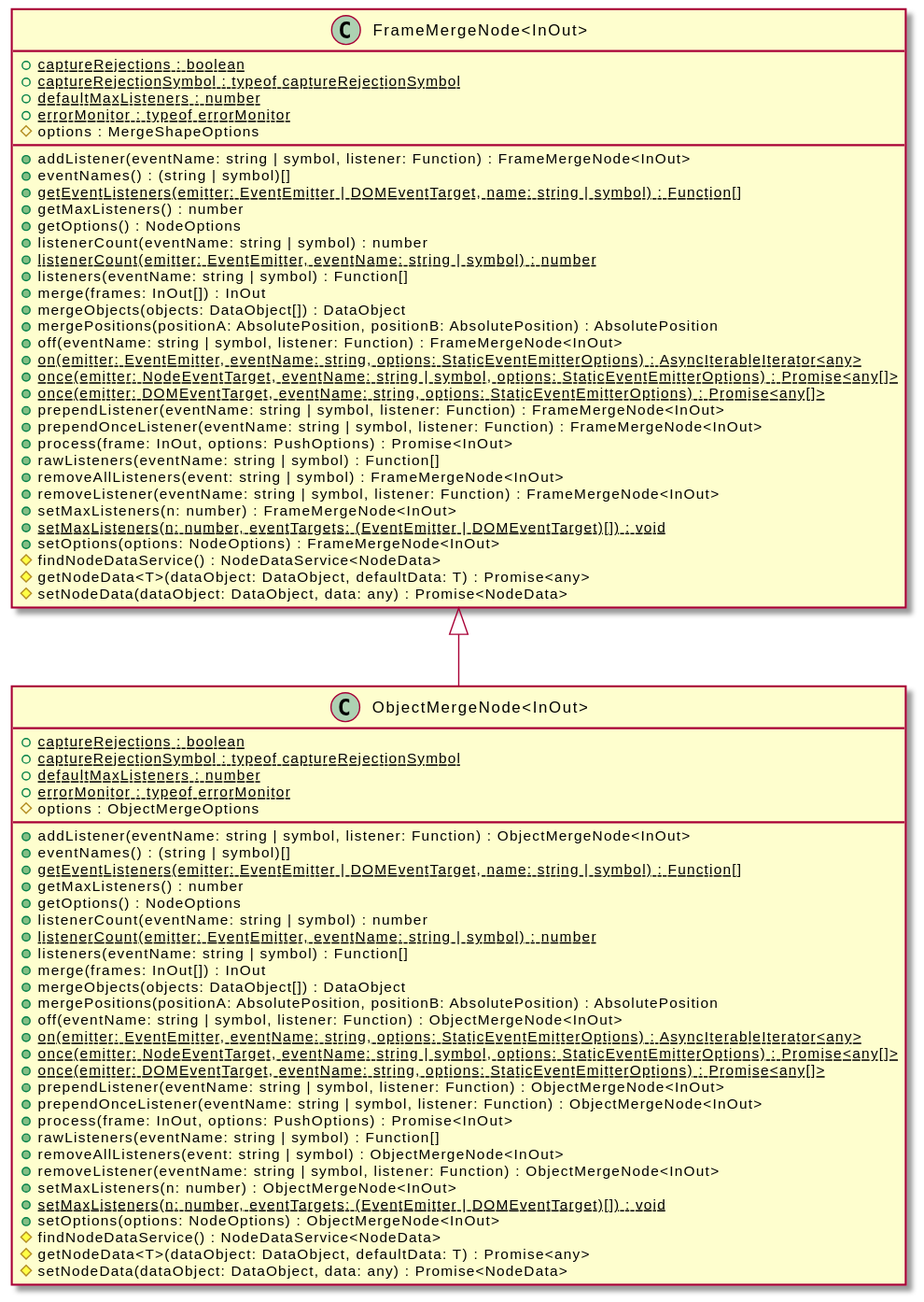
Earlier version of the PlantUML export assets/ObjectMergeNode-umlClassDiagram-10820.svg (OpenHPS/openhps-core).
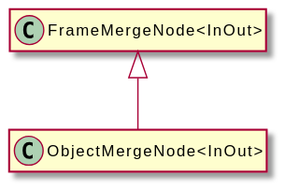
Above is the later version.

The edit, as a diff of the source:
```diff
@@ -3,72 +3,8 @@
 hide empty methods
 hide empty fields
 class "ObjectMergeNode<InOut>" {
-    {static} +captureRejections : boolean
-    {static} +captureRejectionSymbol : typeof captureRejectionSymbol
-    {static} +defaultMaxListeners : number
-    {static} +errorMonitor : typeof errorMonitor
-    #options : ObjectMergeOptions
-    +addListener(eventName: string | symbol, listener: Function) : ObjectMergeNode<InOut>
-    +eventNames() : (string | symbol)[]
-    {static} +getEventListeners(emitter: EventEmitter | DOMEventTarget, name: string | symbol) : Function[]
-    +getMaxListeners() : number
-    +getOptions() : NodeOptions
-    +listenerCount(eventName: string | symbol) : number
-    {static} +listenerCount(emitter: EventEmitter, eventName: string | symbol) : number
-    +listeners(eventName: string | symbol) : Function[]
-    +merge(frames: InOut[]) : InOut
-    +mergeObjects(objects: DataObject[]) : DataObject
-    +mergePositions(positionA: AbsolutePosition, positionB: AbsolutePosition) : AbsolutePosition
-    +off(eventName: string | symbol, listener: Function) : ObjectMergeNode<InOut>
-    {static} +on(emitter: EventEmitter, eventName: string, options: StaticEventEmitterOptions) : AsyncIterableIterator<any>
-    {static} +once(emitter: NodeEventTarget, eventName: string | symbol, options: StaticEventEmitterOptions) : Promise<any[]>
-    {static} +once(emitter: DOMEventTarget, eventName: string, options: StaticEventEmitterOptions) : Promise<any[]>
-    +prependListener(eventName: string | symbol, listener: Function) : ObjectMergeNode<InOut>
-    +prependOnceListener(eventName: string | symbol, listener: Function) : ObjectMergeNode<InOut>
-    +process(frame: InOut, options: PushOptions) : Promise<InOut>
-    +rawListeners(eventName: string | symbol) : Function[]
-    +removeAllListeners(event: string | symbol) : ObjectMergeNode<InOut>
-    +removeListener(eventName: string | symbol, listener: Function) : ObjectMergeNode<InOut>
-    +setMaxListeners(n: number) : ObjectMergeNode<InOut>
-    {static} +setMaxListeners(n: number, eventTargets: (EventEmitter | DOMEventTarget)[]) : void
-    +setOptions(options: NodeOptions) : ObjectMergeNode<InOut>
-    #findNodeDataService() : NodeDataService<NodeData>
-    #getNodeData<T>(dataObject: DataObject, defaultData: T) : Promise<any>
-    #setNodeData(dataObject: DataObject, data: any) : Promise<NodeData>
 }
 class "FrameMergeNode<InOut>" {
-    {static} +captureRejections : boolean
-    {static} +captureRejectionSymbol : typeof captureRejectionSymbol
-    {static} +defaultMaxListeners : number
-    {static} +errorMonitor : typeof errorMonitor
-    #options : MergeShapeOptions
-    +addListener(eventName: string | symbol, listener: Function) : FrameMergeNode<InOut>
-    +eventNames() : (string | symbol)[]
-    {static} +getEventListeners(emitter: EventEmitter | DOMEventTarget, name: string | symbol) : Function[]
-    +getMaxListeners() : number
-    +getOptions() : NodeOptions
-    +listenerCount(eventName: string | symbol) : number
-    {static} +listenerCount(emitter: EventEmitter, eventName: string | symbol) : number
-    +listeners(eventName: string | symbol) : Function[]
-    +merge(frames: InOut[]) : InOut
-    +mergeObjects(objects: DataObject[]) : DataObject
-    +mergePositions(positionA: AbsolutePosition, positionB: AbsolutePosition) : AbsolutePosition
-    +off(eventName: string | symbol, listener: Function) : FrameMergeNode<InOut>
-    {static} +on(emitter: EventEmitter, eventName: string, options: StaticEventEmitterOptions) : AsyncIterableIterator<any>
-    {static} +once(emitter: NodeEventTarget, eventName: string | symbol, options: StaticEventEmitterOptions) : Promise<any[]>
-    {static} +once(emitter: DOMEventTarget, eventName: string, options: StaticEventEmitterOptions) : Promise<any[]>
-    +prependListener(eventName: string | symbol, listener: Function) : FrameMergeNode<InOut>
-    +prependOnceListener(eventName: string | symbol, listener: Function) : FrameMergeNode<InOut>
-    +process(frame: InOut, options: PushOptions) : Promise<InOut>
-    +rawListeners(eventName: string | symbol) : Function[]
-    +removeAllListeners(event: string | symbol) : FrameMergeNode<InOut>
-    +removeListener(eventName: string | symbol, listener: Function) : FrameMergeNode<InOut>
-    +setMaxListeners(n: number) : FrameMergeNode<InOut>
-    {static} +setMaxListeners(n: number, eventTargets: (EventEmitter | DOMEventTarget)[]) : void
-    +setOptions(options: NodeOptions) : FrameMergeNode<InOut>
-    #findNodeDataService() : NodeDataService<NodeData>
-    #getNodeData<T>(dataObject: DataObject, defaultData: T) : Promise<any>
-    #setNodeData(dataObject: DataObject, data: any) : Promise<NodeData>
 }
 "FrameMergeNode<InOut>" <|-- "ObjectMergeNode<InOut>"
 @enduml
```
